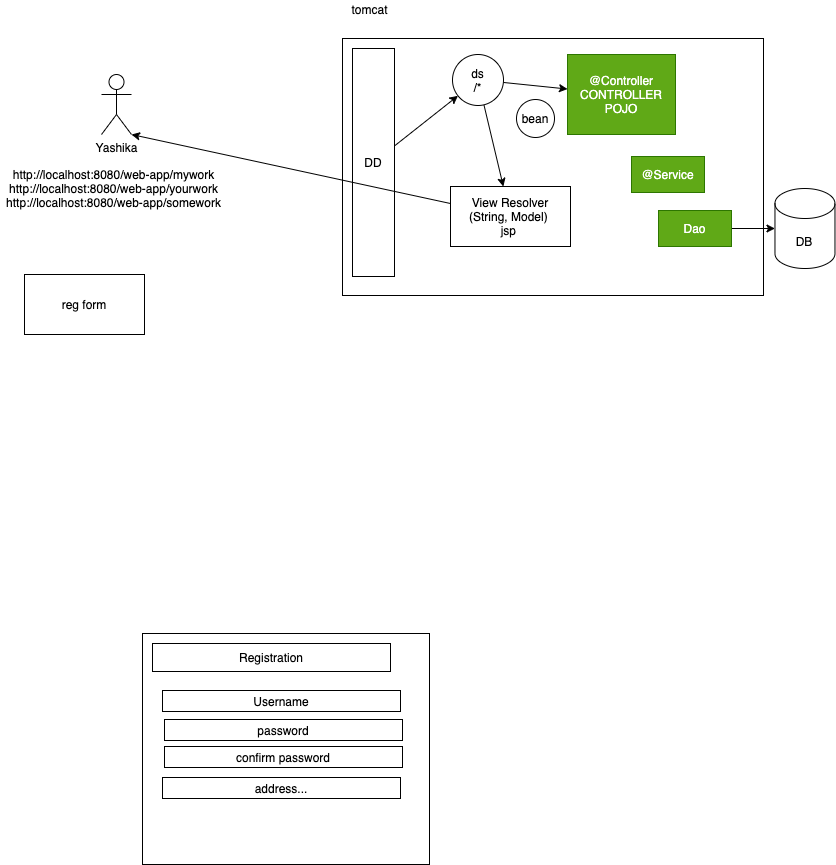
Before: images/day19.drawio.png, a diagram exported from draw.io (adithnaveen/sapient-inters-jan-2022). Source tidied: cells renumbered, new cells last; positions are measured from the earlier drawing's top-left corner, leaving out a move shared by most shapes.
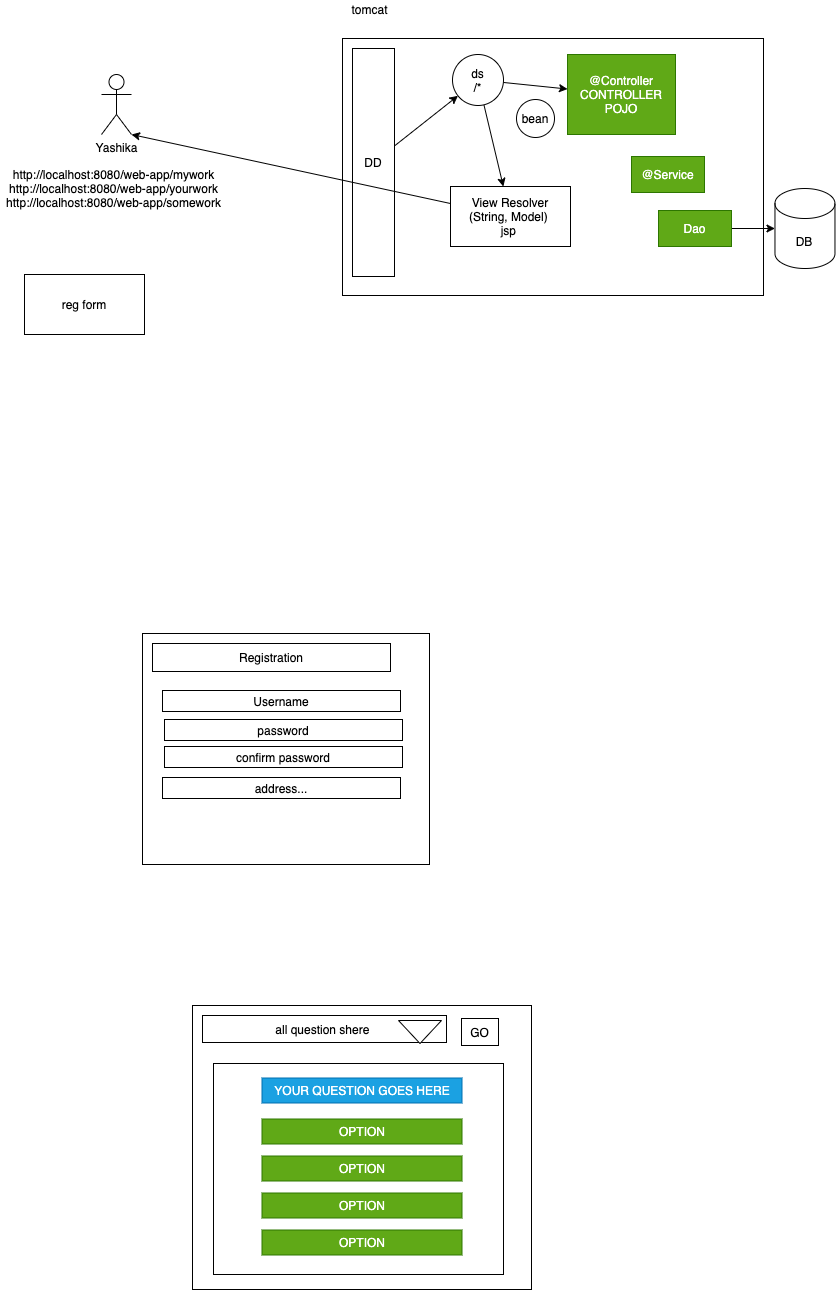
Above is the later version.

Change to the diagram source:
```diff
@@ -74,5 +74,35 @@
     <mxCell id="25" value="bean" style="ellipse;whiteSpace=wrap;html=1;" parent="1" vertex="1">
       <mxGeometry x="516" y="99" width="38" height="38" as="geometry" />
     </mxCell>
+    <mxCell id="26" style="rounded=0;whiteSpace=wrap;html=1;" parent="1" vertex="1">
+      <mxGeometry x="192" y="1005" width="339" height="284" as="geometry" />
+    </mxCell>
+    <mxCell id="27" value="all question shere&amp;nbsp;" style="rounded=0;whiteSpace=wrap;html=1;" parent="1" vertex="1">
+      <mxGeometry x="202" y="1015" width="244" height="27" as="geometry" />
+    </mxCell>
+    <mxCell id="28" style="triangle;whiteSpace=wrap;html=1;rotation=90;" parent="1" vertex="1">
+      <mxGeometry x="408" y="1010" width="23" height="43" as="geometry" />
+    </mxCell>
+    <mxCell id="29" value="GO" style="rounded=0;whiteSpace=wrap;html=1;" parent="1" vertex="1">
+      <mxGeometry x="461" y="1018" width="37" height="27" as="geometry" />
+    </mxCell>
+    <mxCell id="30" style="rounded=0;whiteSpace=wrap;html=1;" parent="1" vertex="1">
+      <mxGeometry x="213" y="1063" width="290" height="211" as="geometry" />
+    </mxCell>
+    <mxCell id="31" value="YOUR QUESTION GOES HERE" style="rounded=0;whiteSpace=wrap;html=1;fillColor=#1ba1e2;fontColor=#ffffff;strokeColor=#006EAF;" parent="1" vertex="1">
+      <mxGeometry x="261.5" y="1077.5" width="200" height="25" as="geometry" />
+    </mxCell>
+    <mxCell id="32" value="OPTION" style="rounded=0;whiteSpace=wrap;html=1;fillColor=#60a917;fontColor=#ffffff;strokeColor=#2D7600;" parent="1" vertex="1">
+      <mxGeometry x="261.5" y="1118.5" width="200" height="25" as="geometry" />
+    </mxCell>
+    <mxCell id="33" value="OPTION" style="rounded=0;whiteSpace=wrap;html=1;fillColor=#60a917;fontColor=#ffffff;strokeColor=#2D7600;" parent="1" vertex="1">
+      <mxGeometry x="261.5" y="1155.5" width="200" height="25" as="geometry" />
+    </mxCell>
+    <mxCell id="34" value="OPTION" style="rounded=0;whiteSpace=wrap;html=1;fillColor=#60a917;fontColor=#ffffff;strokeColor=#2D7600;" parent="1" vertex="1">
+      <mxGeometry x="261.5" y="1192.5" width="200" height="25" as="geometry" />
+    </mxCell>
+    <mxCell id="35" value="OPTION" style="rounded=0;whiteSpace=wrap;html=1;fillColor=#60a917;fontColor=#ffffff;strokeColor=#2D7600;" parent="1" vertex="1">
+      <mxGeometry x="261.5" y="1229.5" width="200" height="25" as="geometry" />
+    </mxCell>
   </root>
 </mxGraphModel>
```
